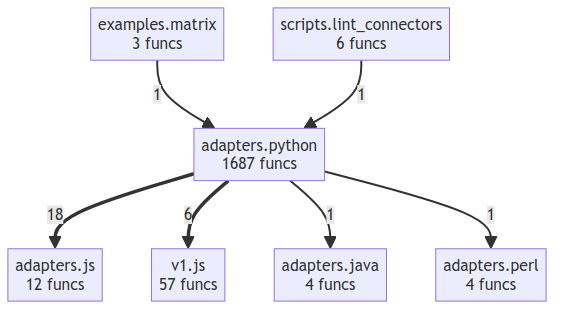
This is project/compact_flow.png from if-uri/urirun, a Mermaid export, as it was before one commit. Its source is kept beside it as project/compact_flow.mmd.
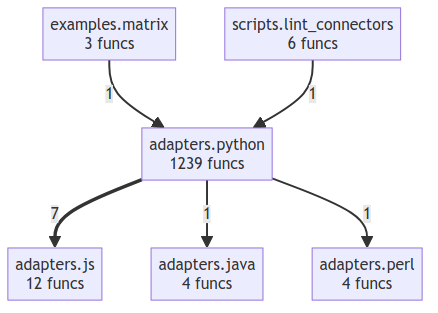
Above is the later version.

Change to the diagram source:
```diff
@@ -2,12 +2,10 @@
     adapters__java["adapters.java<br/>4 funcs"]
     adapters__js["adapters.js<br/>12 funcs"]
     adapters__perl["adapters.perl<br/>4 funcs"]
-    adapters__python["adapters.python<br/>1687 funcs"]
+    adapters__python["adapters.python<br/>1239 funcs"]
     examples__matrix["examples.matrix<br/>3 funcs"]
     scripts__lint_connectors["scripts.lint_connectors<br/>6 funcs"]
-    v1__js["v1.js<br/>57 funcs"]
-    adapters__python ==>|18| adapters__js
-    adapters__python ==>|6| v1__js
+    adapters__python ==>|7| adapters__js
     examples__matrix -->|1| adapters__python
     scripts__lint_connectors -->|1| adapters__python
     adapters__python -->|1| adapters__java
```
